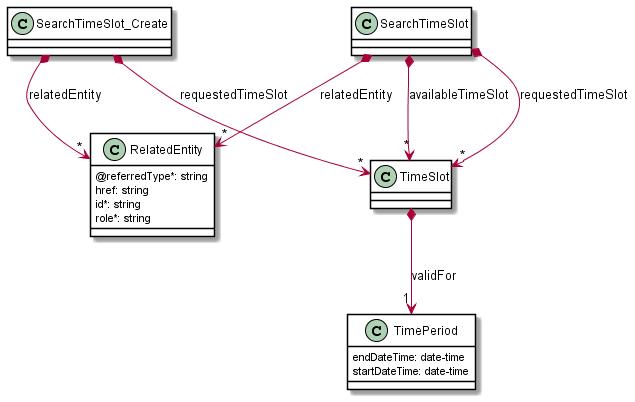
Before: documentation/productApi/workforce/media/useCase7Model.png, a diagram exported from PlantUML (MEF-GIT/MEF-LSO-Sonata-SDK).
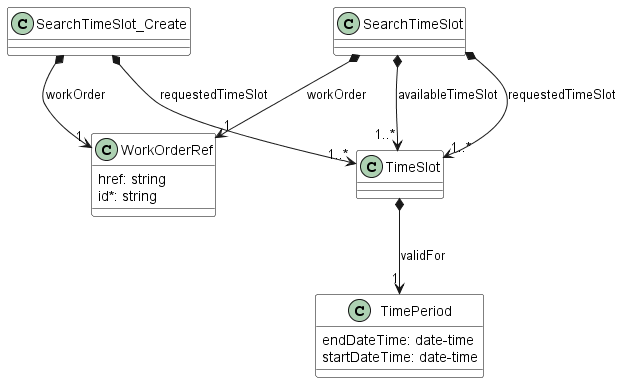
Above is the later version.

Diff of the diagram source:
```diff
@@ -4,31 +4,21 @@
     ClassBorderColor Black
 }
 
-
-class RelatedEntity {
-
-    @referredType*: string
-    href: string
-    id*: string
-    role*: string
-}
-
-
 class SearchTimeSlot {
 
 }
 
-SearchTimeSlot *-->"*" TimeSlot : availableTimeSlot
-SearchTimeSlot *-->"*" TimeSlot : requestedTimeSlot
-SearchTimeSlot *-->"*" RelatedEntity : relatedEntity
+SearchTimeSlot *-->"1..*" TimeSlot : availableTimeSlot
+SearchTimeSlot *-->"1..*" TimeSlot : requestedTimeSlot
+SearchTimeSlot *-->"1" WorkOrderRef : workOrder
 
 
 class SearchTimeSlot_Create {
 
 }
 
-SearchTimeSlot_Create *-->"*" TimeSlot : requestedTimeSlot
-SearchTimeSlot_Create *-->"*" RelatedEntity : relatedEntity
+SearchTimeSlot_Create *-->"1..*" TimeSlot : requestedTimeSlot
+SearchTimeSlot_Create *-->"1" WorkOrderRef : workOrder
 
 
 class TimePeriod {
@@ -44,5 +34,11 @@
 
 TimeSlot *-->"1" TimePeriod : validFor
 
+class WorkOrderRef {
+
+    href: string
+    id*: string
+}
+
 
 @enduml
```
